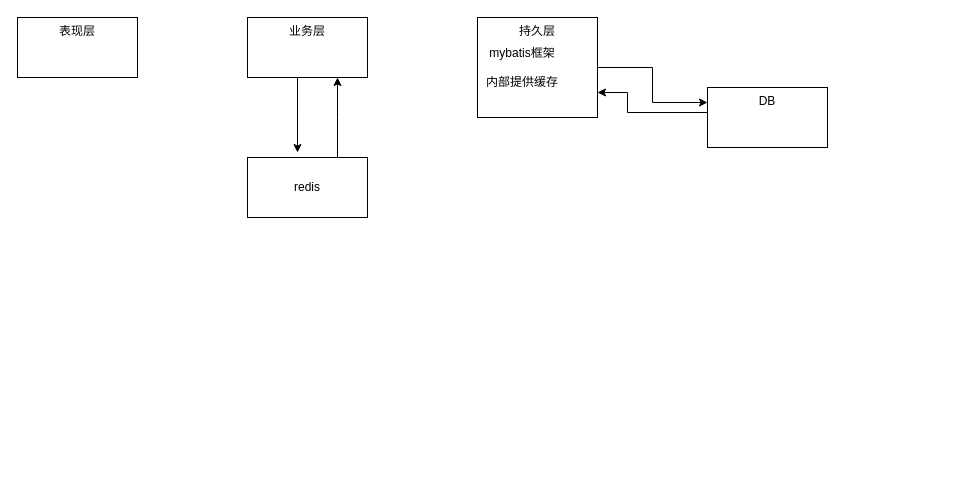
Before: mybatis缓存框架.drawio in ZachYann/draw, a draw.io diagram. Source tidied: cells renumbered, new cells numbered last; positions are measured from the earlier drawing's top-left corner, leaving out a move shared by most shapes. Both pictures are drawn from the tidied source at 100%, with x=0, y=0 at pixel (17, 17).
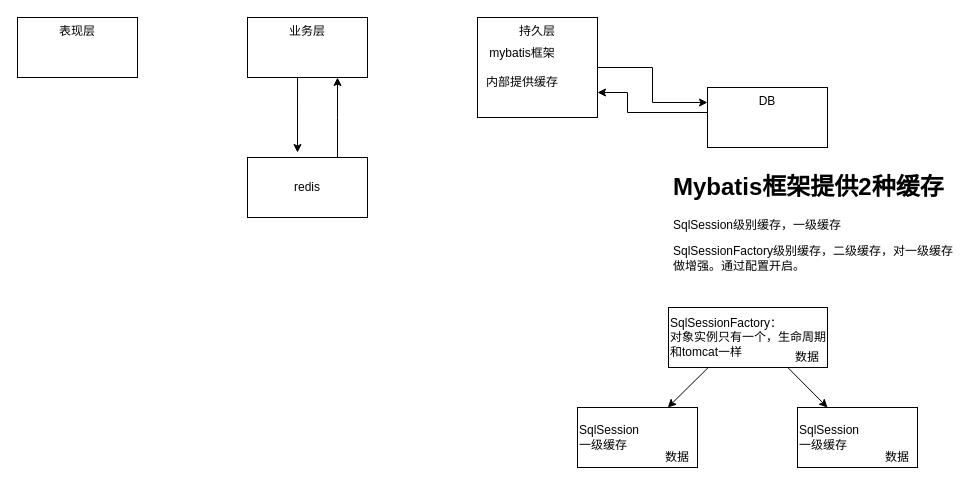
After the change.

Diff of the diagram source:
```diff
@@
+    <mxCell id="12" value="&lt;h1&gt;Mybatis框架提供2种缓存&lt;/h1&gt;&lt;span style=&quot;text-align: center&quot;&gt;SqlSession级别缓存，一级缓存&lt;/span&gt;&lt;p&gt;SqlSessionFactory级别缓存，二级缓存，对一级缓存做增强。通过配置开启。&lt;/p&gt;" style="text;html=1;strokeColor=none;fillColor=none;spacing=5;spacingTop=-20;whiteSpace=wrap;overflow=hidden;rounded=0;" parent="1" vertex="1">
+      <mxGeometry x="651" y="150" width="290" height="120" as="geometry" />
+    </mxCell>
+    <mxCell id="13" value="SqlSessionFactory：&lt;br&gt;对象实例只有一个，生命周期和tomcat一样" style="rounded=0;whiteSpace=wrap;html=1;align=left;" parent="1" vertex="1">
+      <mxGeometry x="651" y="290" width="159" height="60" as="geometry" />
+    </mxCell>
+    <mxCell id="14" value="SqlSession&lt;br&gt;一级缓存" style="rounded=0;whiteSpace=wrap;html=1;align=left;" parent="1" vertex="1">
+      <mxGeometry x="560" y="390" width="120" height="60" as="geometry" />
+    </mxCell>
+    <mxCell id="15" value="SqlSession&lt;br&gt;一级缓存" style="rounded=0;whiteSpace=wrap;html=1;align=left;" parent="1" vertex="1">
+      <mxGeometry x="780" y="390" width="120" height="60" as="geometry" />
+    </mxCell>
+    <mxCell id="16" style="endArrow=classic;html=1;exitX=0.25;exitY=1;exitDx=0;exitDy=0;" parent="1" edge="1" source="13" target="14">
+      <mxGeometry relative="1" as="geometry" />
+    </mxCell>
+    <mxCell id="17" style="endArrow=classic;html=1;exitX=0.75;exitY=1;exitDx=0;exitDy=0;entryX=0.25;entryY=0;entryDx=0;entryDy=0;" parent="1" edge="1" source="13" target="15">
+      <mxGeometry relative="1" as="geometry" />
+    </mxCell>
+    <mxCell id="18" value="数据" style="text;html=1;strokeColor=none;fillColor=none;align=center;verticalAlign=middle;whiteSpace=wrap;rounded=0;" parent="1" vertex="1">
+      <mxGeometry x="640" y="430" width="40" height="20" as="geometry" />
+    </mxCell>
+    <mxCell id="19" value="数据" style="text;html=1;strokeColor=none;fillColor=none;align=center;verticalAlign=middle;whiteSpace=wrap;rounded=0;" parent="1" vertex="1">
+      <mxGeometry x="860" y="430" width="40" height="20" as="geometry" />
+    </mxCell>
+    <mxCell id="20" value="数据" style="text;html=1;strokeColor=none;fillColor=none;align=center;verticalAlign=middle;whiteSpace=wrap;rounded=0;" parent="1" vertex="1">
+      <mxGeometry x="770" y="330" width="40" height="20" as="geometry" />
+    </mxCell>
```
